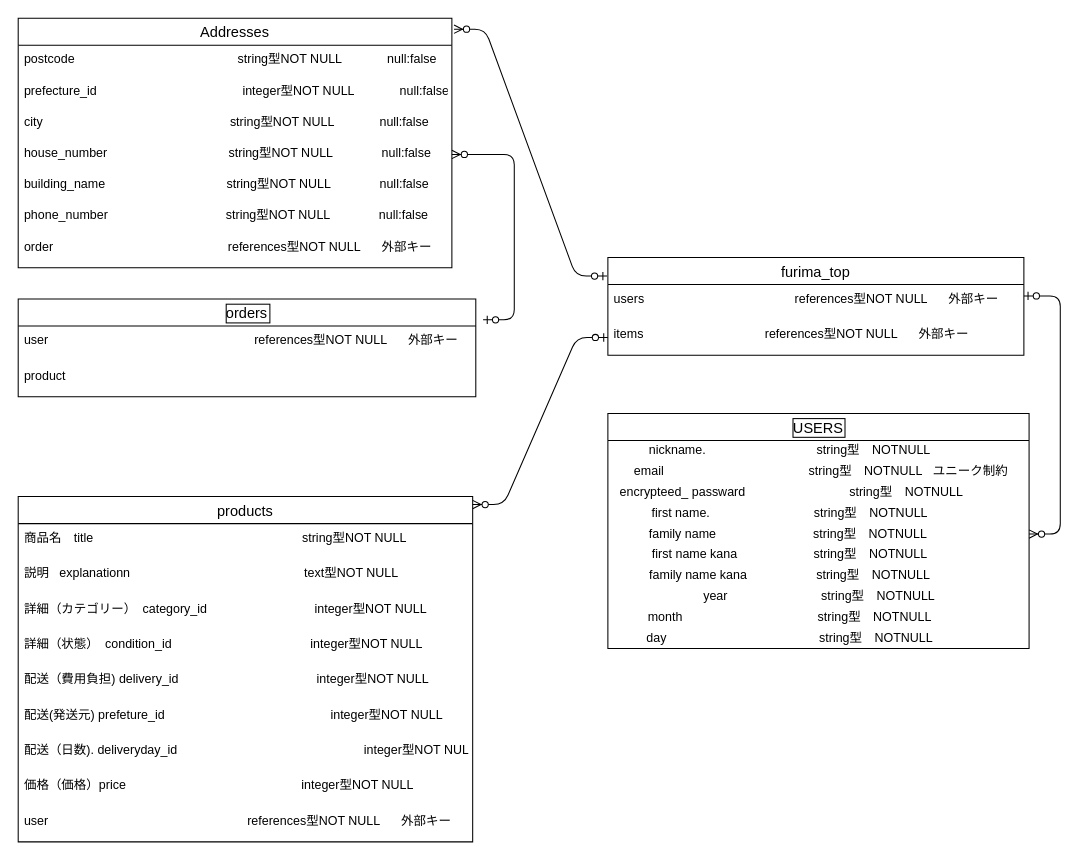
This is フリマ.dio from tmhs0319/furima-tmhs1025, a draw.io file, before an edit. Source tidied: cells renumbered, new cells numbered last; positions are measured from the earlier drawing's top-left corner, leaving out a move shared by most shapes. Both pictures are drawn from the tidied source at 104%, with x=0, y=0 at pixel (18, 18).
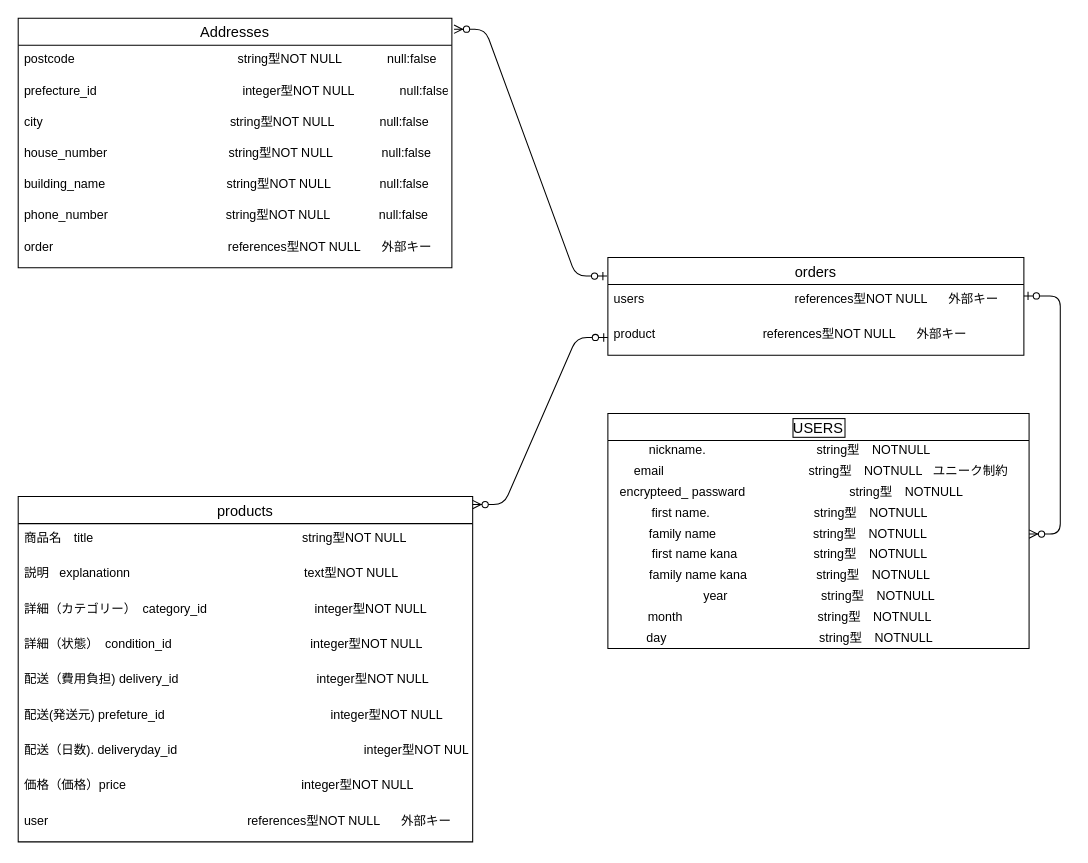
The same page after the edit.

Unchanged cells that the change refers to:
```xml
<mxCell id="6" value="house_number                                   string型NOT NULL              null:false&#10; " style="text;strokeColor=none;fillColor=none;spacingLeft=4;spacingRight=4;overflow=hidden;points=[[0,0.5],[1,0.5]];portConstraint=eastwest;fontSize=12;" parent="2" vertex="1">
  <mxGeometry y="116" width="417" height="30" as="geometry" />
</mxCell>
```

What changed in the source:
```diff
@@
-    <mxCell id="10" value="furima_top" style="swimlane;fontStyle=0;horizontal=1;startSize=26;align=center;fontSize=14;" parent="1" vertex="1">
+    <mxCell id="10" value="orders" style="swimlane;fontStyle=0;horizontal=1;startSize=26;align=center;fontSize=14;" parent="1" vertex="1">
       <mxGeometry x="567" y="230" width="400" height="94" as="geometry" />
     </mxCell>
@@
-    <mxCell id="12" value="items                                   references型NOT NULL      外部キー" style="text;strokeColor=none;fillColor=none;spacingLeft=4;spacingRight=4;overflow=hidden;points=[[0,0.5],[1,0.5]];portConstraint=eastwest;fontSize=12;" parent="10" vertex="1">
+    <mxCell id="12" value="product                               references型NOT NULL      外部キー" style="text;strokeColor=none;fillColor=none;spacingLeft=4;spacingRight=4;overflow=hidden;points=[[0,0.5],[1,0.5]];portConstraint=eastwest;fontSize=12;" parent="10" vertex="1">
       <mxGeometry y="60" width="400" height="34" as="geometry" />
     </mxCell>
@@
-    <mxCell id="37" value="orders" style="swimlane;fontStyle=0;horizontal=1;startSize=26;align=center;fontSize=14;labelBackgroundColor=default;labelBorderColor=default;" parent="1" vertex="1">
-      <mxGeometry y="270" width="440" height="94" as="geometry" />
-    </mxCell>
-    <mxCell id="38" value="user                             　                　　　references型NOT NULL      外部キー" style="text;strokeColor=none;fillColor=none;spacingLeft=4;spacingRight=4;overflow=hidden;fontSize=12;" parent="37" vertex="1">
-      <mxGeometry y="26" width="440" height="34" as="geometry" />
-    </mxCell>
-    <mxCell id="39" value="product" style="text;strokeColor=none;fillColor=none;spacingLeft=4;spacingRight=4;overflow=hidden;fontSize=12;" parent="37" vertex="1">
-      <mxGeometry y="60" width="440" height="34" as="geometry" />
-    </mxCell>
-    <mxCell id="40" style="edgeStyle=entityRelationEdgeStyle;fontSize=12;html=1;endArrow=ERzeroToMany;startArrow=ERzeroToOne;entryX=1;entryY=0.5;entryDx=0;entryDy=0;" parent="1" edge="1" target="6">
-      <mxGeometry relative="1" as="geometry">
-        <mxPoint x="447" y="290" as="sourcePoint" />
-      </mxGeometry>
-    </mxCell>
```
